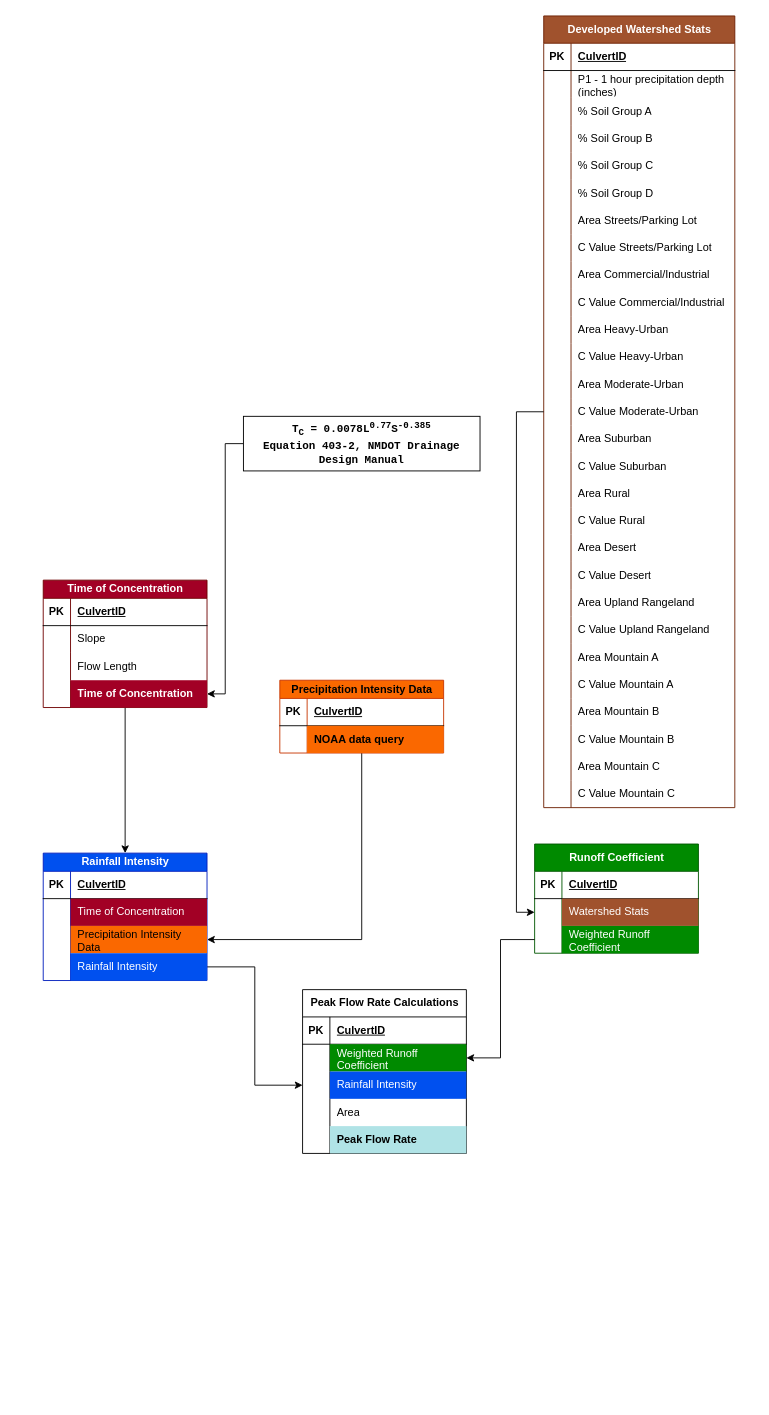
KyAshby-hdr/ArcGISProToolsAndScripts keeps this draw.io diagram as NMDOT_SCHEMA.drawio. Above is the earlier version. Source tidied: cells renumbered, new cells numbered last; positions are measured from the earlier drawing's top-left corner, leaving out a move shared by most shapes. Both pictures are drawn from the tidied source at 91%, with x=0, y=0 at pixel (43, 15).
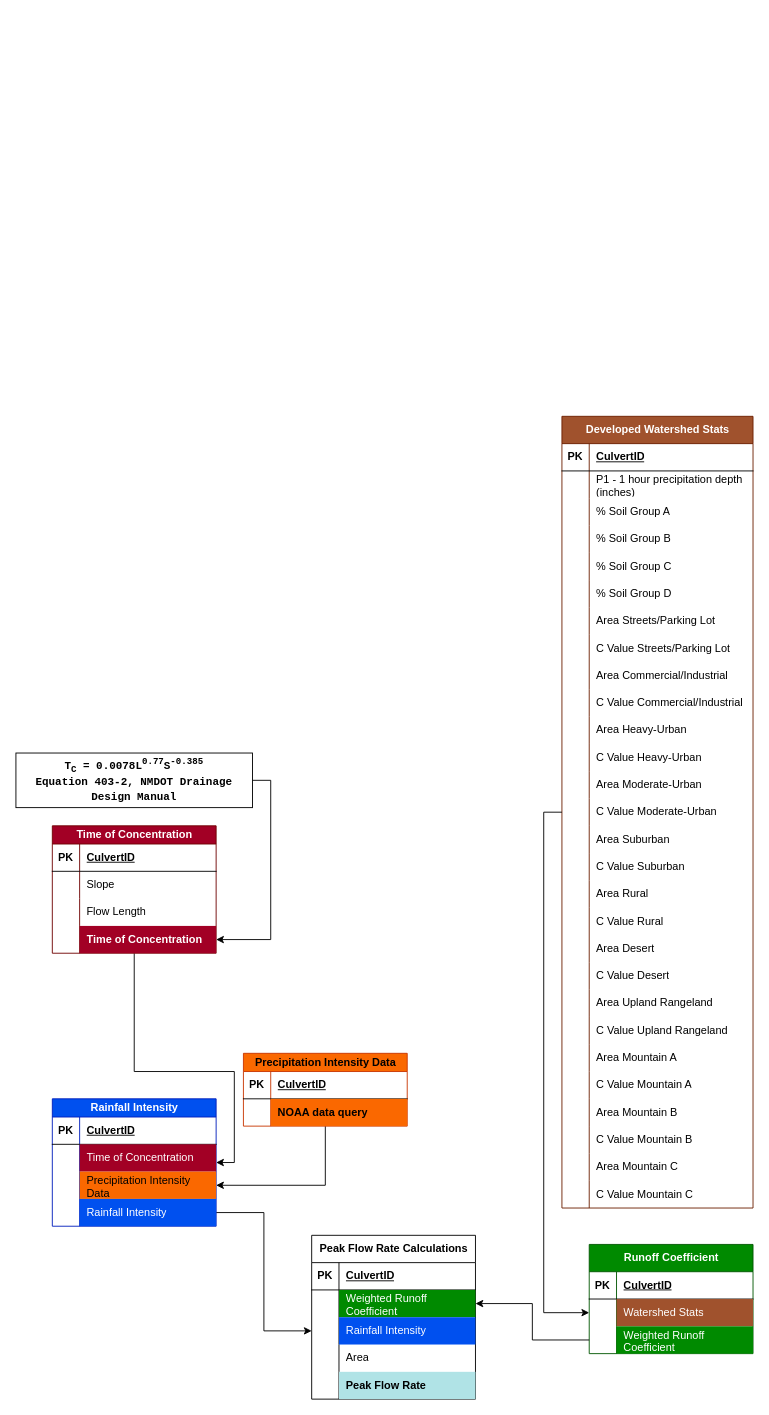
The same page after the edit.

Unchanged cells that the change refers to:
```xml
<mxCell id="55" style="shape=tableRow;horizontal=0;startSize=0;swimlaneHead=0;swimlaneBody=0;fillColor=none;points=[[0,0.5],[1,0.5]];portConstraint=eastwest;top=0;left=0;right=0;bottom=0;" parent="45" vertex="1">
  <mxGeometry y="110" width="180" height="30" as="geometry" />
</mxCell>
```

What changed in the source:
```diff
@@
     <mxCell id="3" value="Peak Flow Rate Calculations" style="shape=table;startSize=30;childLayout=tableLayout;rowLines=0;fontStyle=1;align=center;html=1;" parent="1" vertex="1">
-      <mxGeometry x="285" y="1070" width="180" height="180" as="geometry" />
+      <mxGeometry x="295" y="1340" width="180" height="180" as="geometry" />
     </mxCell>
@@
-    <mxCell id="19" style="edgeStyle=orthogonalEdgeStyle;rounded=0;jettySize=auto;html=1;" parent="1" edge="1" source="45" target="21">
-      <mxGeometry relative="1" as="geometry" />
+    <mxCell id="19" style="edgeStyle=orthogonalEdgeStyle;rounded=0;jettySize=auto;html=1;entryX=1;entryY=0.5;entryDx=0;entryDy=0;" parent="1" edge="1" source="45" target="21">
+      <mxGeometry relative="1" as="geometry">
+        <Array as="points">
+          <mxPoint x="100" y="1160" />
+          <mxPoint x="210" y="1160" />
+          <mxPoint x="210" y="1260" />
+        </Array>
+      </mxGeometry>
     </mxCell>
@@
     <mxCell id="21" value="Rainfall Intensity" style="shape=table;startSize=20;childLayout=tableLayout;rowLines=0;fontStyle=1;align=center;html=1;fillColor=#0050ef;fontColor=#ffffff;strokeColor=#001DBC;swimlaneLine=1;" parent="1" vertex="1">
-      <mxGeometry y="920" width="180" height="140" as="geometry" />
+      <mxGeometry x="10" y="1190" width="180" height="140" as="geometry" />
     </mxCell>
@@
     <mxCell id="34" value="Runoff Coefficient" style="shape=table;startSize=30;childLayout=tableLayout;rowLines=0;fontStyle=1;align=center;html=1;fillColor=#008a00;fontColor=#ffffff;strokeColor=#005700;" parent="1" vertex="1">
-      <mxGeometry x="540" y="910" width="180" height="120" as="geometry" />
+      <mxGeometry x="600" y="1350" width="180" height="120" as="geometry" />
     </mxCell>
@@
     <mxCell id="45" value="Time of Concentration" style="shape=table;startSize=20;childLayout=tableLayout;rowLines=0;fontStyle=1;align=center;html=1;fillColor=#a20025;fontColor=#ffffff;strokeColor=#6F0000;swimlaneLine=1;" parent="1" vertex="1">
-      <mxGeometry y="620" width="180" height="140" as="geometry" />
+      <mxGeometry x="10" y="890" width="180" height="140" as="geometry" />
     </mxCell>
@@
-    <mxCell id="58" style="edgeStyle=orthogonalEdgeStyle;rounded=0;jettySize=auto;html=1;exitX=0;exitY=0.5;exitDx=0;exitDy=0;entryX=1;entryY=0.5;entryDx=0;entryDy=0;" parent="1" edge="1" source="59" target="55">
-      <mxGeometry relative="1" as="geometry" />
-    </mxCell>
     <mxCell id="59" value="&lt;font face=&quot;Courier New&quot;&gt;T&lt;sub style=&quot;&quot;&gt;C&lt;/sub&gt;&amp;nbsp;= 0.0078L&lt;sup style=&quot;&quot;&gt;0.77&lt;/sup&gt;S&lt;sup style=&quot;&quot;&gt;-0.385&lt;/sup&gt;&lt;/font&gt;&lt;div&gt;&lt;font face=&quot;Courier New&quot;&gt;Equation 403-2, NMDOT Drainage Design Manual&lt;/font&gt;&lt;/div&gt;" style="whiteSpace=wrap;html=1;startSize=20;fontStyle=1;" parent="1" vertex="1">
-      <mxGeometry x="220" y="440" width="260" height="60" as="geometry" />
+      <mxGeometry x="-30" y="810" width="260" height="60" as="geometry" />
     </mxCell>
     <mxCell id="60" value="Precipitation Intensity Data" style="shape=table;startSize=20;childLayout=tableLayout;rowLines=0;fontStyle=1;align=center;html=1;fillColor=#fa6800;fontColor=#000000;strokeColor=#C73500;swimlaneLine=1;" parent="1" vertex="1">
-      <mxGeometry x="260" y="730" width="180" height="80" as="geometry" />
+      <mxGeometry x="220" y="1140" width="180" height="80" as="geometry" />
     </mxCell>
@@
     <mxCell id="67" value="Developed Watershed Stats" style="shape=table;startSize=30;childLayout=tableLayout;rowLines=0;fontStyle=1;align=center;html=1;fillColor=#a0522d;fontColor=#ffffff;strokeColor=#6D1F00;" parent="1" vertex="1">
-      <mxGeometry x="550" width="210" height="870" as="geometry" />
+      <mxGeometry x="570" y="440" width="210" height="870" as="geometry" />
     </mxCell>
@@
+    <mxCell id="58" style="edgeStyle=orthogonalEdgeStyle;rounded=0;jettySize=auto;html=1;exitX=1;exitY=0.5;exitDx=0;exitDy=0;entryX=1;entryY=0.5;entryDx=0;entryDy=0;" parent="1" edge="1" source="59" target="55">
+      <mxGeometry relative="1" as="geometry" />
+    </mxCell>
```
